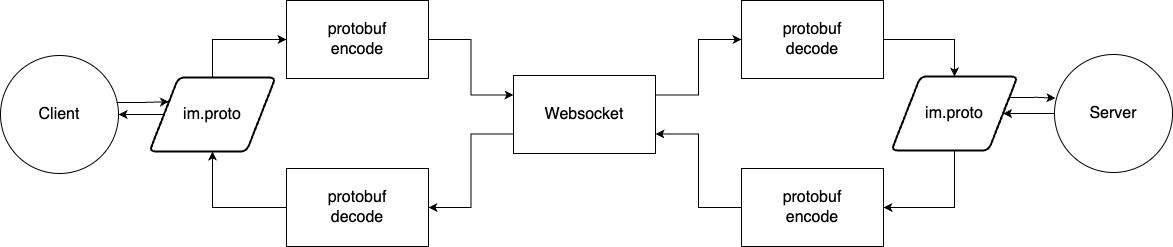
The draw.io diagram packages/protobuf/images/protobuf-flow.png in Shiung/inno-im-monorepo, before a commit. Source tidied: cells renumbered, new cells last; positions are measured from the earlier drawing's top-left corner, leaving out a move shared by most shapes. Source of this version:
```xml
<mxGraphModel>
  <root>
    <mxCell id="0" />
    <mxCell id="1" parent="0" />
    <mxCell id="2" value="Client" style="ellipse;whiteSpace=wrap;html=1;fontSize=16;" parent="1" vertex="1">
      <mxGeometry y="55" width="118" height="118" as="geometry" />
    </mxCell>
    <mxCell id="3" style="edgeStyle=orthogonalEdgeStyle;rounded=0;jettySize=auto;html=1;exitX=1;exitY=0.5;exitDx=0;exitDy=0;entryX=0;entryY=0.25;entryDx=0;entryDy=0;" parent="1" edge="1" source="4" target="7">
      <mxGeometry relative="1" as="geometry" />
    </mxCell>
    <mxCell id="4" value="protobuf&lt;br&gt;encode" style="rounded=0;whiteSpace=wrap;html=1;fontSize=16;" parent="1" vertex="1">
      <mxGeometry x="286" width="142" height="78" as="geometry" />
    </mxCell>
    <mxCell id="5" style="edgeStyle=orthogonalEdgeStyle;rounded=0;jettySize=auto;html=1;exitX=1;exitY=0.25;exitDx=0;exitDy=0;entryX=0;entryY=0.5;entryDx=0;entryDy=0;" parent="1" edge="1" source="7" target="9">
      <mxGeometry relative="1" as="geometry" />
    </mxCell>
    <mxCell id="6" style="edgeStyle=orthogonalEdgeStyle;rounded=0;jettySize=auto;html=1;exitX=0;exitY=0.75;exitDx=0;exitDy=0;entryX=1;entryY=0.5;entryDx=0;entryDy=0;" parent="1" edge="1" source="7" target="12">
      <mxGeometry relative="1" as="geometry" />
    </mxCell>
    <mxCell id="7" value="Websocket" style="rounded=0;whiteSpace=wrap;html=1;fontSize=16;" parent="1" vertex="1">
      <mxGeometry x="513" y="75" width="142" height="78" as="geometry" />
    </mxCell>
    <mxCell id="8" style="edgeStyle=orthogonalEdgeStyle;rounded=0;jettySize=auto;html=1;exitX=1;exitY=0.5;exitDx=0;exitDy=0;entryX=0.5;entryY=0;entryDx=0;entryDy=0;" parent="1" edge="1" source="9" target="18">
      <mxGeometry relative="1" as="geometry" />
    </mxCell>
    <mxCell id="9" value="protobuf&lt;br&gt;decode" style="rounded=0;whiteSpace=wrap;html=1;fontSize=16;" parent="1" vertex="1">
      <mxGeometry x="741" width="142" height="78" as="geometry" />
    </mxCell>
    <mxCell id="10" value="Server" style="ellipse;whiteSpace=wrap;html=1;fontSize=16;" parent="1" vertex="1">
      <mxGeometry x="1054" y="54" width="118" height="118" as="geometry" />
    </mxCell>
    <mxCell id="11" style="edgeStyle=orthogonalEdgeStyle;rounded=0;jettySize=auto;html=1;exitX=0;exitY=0.5;exitDx=0;exitDy=0;entryX=0.5;entryY=1;entryDx=0;entryDy=0;" parent="1" edge="1" source="12" target="22">
      <mxGeometry relative="1" as="geometry" />
    </mxCell>
    <mxCell id="12" value="protobuf&lt;br&gt;decode" style="rounded=0;whiteSpace=wrap;html=1;fontSize=16;" parent="1" vertex="1">
      <mxGeometry x="286" y="168" width="142" height="78" as="geometry" />
    </mxCell>
    <mxCell id="13" style="edgeStyle=orthogonalEdgeStyle;rounded=0;jettySize=auto;html=1;exitX=0;exitY=0.5;exitDx=0;exitDy=0;entryX=1;entryY=0.75;entryDx=0;entryDy=0;" parent="1" edge="1" source="14" target="7">
      <mxGeometry relative="1" as="geometry" />
    </mxCell>
    <mxCell id="14" value="protobuf&lt;br&gt;encode" style="rounded=0;whiteSpace=wrap;html=1;fontSize=16;" parent="1" vertex="1">
      <mxGeometry x="741" y="168" width="142" height="78" as="geometry" />
    </mxCell>
    <mxCell id="15" style="edgeStyle=orthogonalEdgeStyle;rounded=0;jettySize=auto;html=1;exitX=0.5;exitY=1;exitDx=0;exitDy=0;entryX=1;entryY=0.5;entryDx=0;entryDy=0;" parent="1" edge="1" source="18" target="14">
      <mxGeometry relative="1" as="geometry" />
    </mxCell>
    <mxCell id="16" style="edgeStyle=orthogonalEdgeStyle;rounded=0;jettySize=auto;html=1;exitX=0;exitY=0.5;exitDx=0;exitDy=0;entryX=1;entryY=0.5;entryDx=0;entryDy=0;" parent="1" edge="1" source="10" target="18">
      <mxGeometry relative="1" as="geometry" />
    </mxCell>
    <mxCell id="17" style="edgeStyle=orthogonalEdgeStyle;rounded=0;jettySize=auto;html=1;exitX=1;exitY=0.25;exitDx=0;exitDy=0;entryX=0.008;entryY=0.369;entryDx=0;entryDy=0;entryPerimeter=0;" parent="1" edge="1" source="18" target="10">
      <mxGeometry relative="1" as="geometry" />
    </mxCell>
    <mxCell id="18" value="&lt;font style=&quot;font-size: 16px;&quot;&gt;im.proto&lt;/font&gt;" style="shape=parallelogram;html=1;strokeWidth=2;perimeter=parallelogramPerimeter;whiteSpace=wrap;rounded=1;arcSize=12;size=0.23;" parent="1" vertex="1">
      <mxGeometry x="891" y="76" width="126" height="74" as="geometry" />
    </mxCell>
    <mxCell id="19" style="edgeStyle=orthogonalEdgeStyle;rounded=0;jettySize=auto;html=1;exitX=0.5;exitY=0;exitDx=0;exitDy=0;entryX=0;entryY=0.5;entryDx=0;entryDy=0;" parent="1" edge="1" source="22" target="4">
      <mxGeometry relative="1" as="geometry" />
    </mxCell>
    <mxCell id="20" style="edgeStyle=orthogonalEdgeStyle;rounded=0;jettySize=auto;html=1;exitX=0;exitY=0.5;exitDx=0;exitDy=0;entryX=1;entryY=0.5;entryDx=0;entryDy=0;" parent="1" edge="1" source="22" target="2">
      <mxGeometry relative="1" as="geometry" />
    </mxCell>
    <mxCell id="21" style="edgeStyle=orthogonalEdgeStyle;rounded=0;jettySize=auto;html=1;exitX=0.982;exitY=0.399;exitDx=0;exitDy=0;entryX=0;entryY=0.25;entryDx=0;entryDy=0;exitPerimeter=0;" parent="1" edge="1" source="2" target="22">
      <mxGeometry relative="1" as="geometry" />
    </mxCell>
    <mxCell id="22" value="&lt;font style=&quot;font-size: 16px;&quot;&gt;im.proto&lt;/font&gt;" style="shape=parallelogram;html=1;strokeWidth=2;perimeter=parallelogramPerimeter;whiteSpace=wrap;rounded=1;arcSize=12;size=0.23;" parent="1" vertex="1">
      <mxGeometry x="149" y="77" width="126" height="74" as="geometry" />
    </mxCell>
  </root>
</mxGraphModel>
```
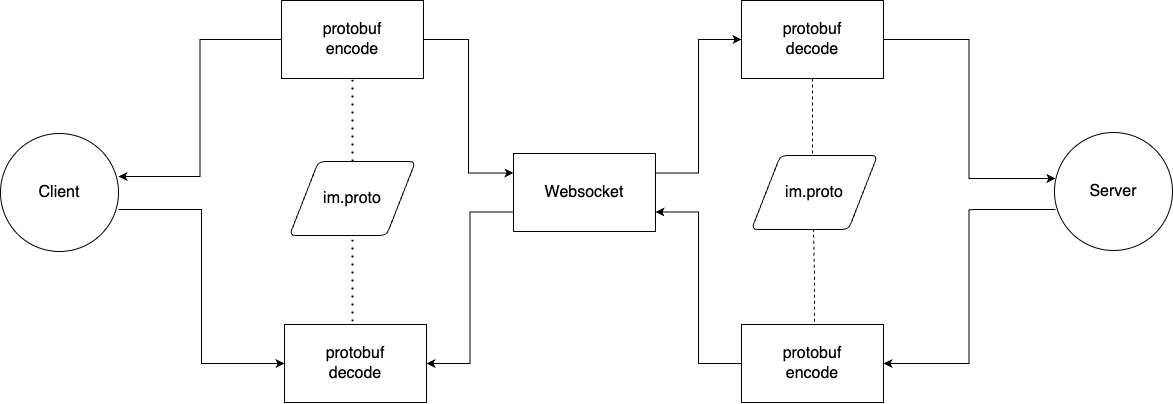
Later version of the same file.

Change to the diagram source:
```diff
@@ -8,8 +8,11 @@
     <mxCell id="3" style="edgeStyle=orthogonalEdgeStyle;rounded=0;jettySize=auto;html=1;exitX=1;exitY=0.5;exitDx=0;exitDy=0;entryX=0;entryY=0.25;entryDx=0;entryDy=0;" parent="1" edge="1" source="4" target="7">
       <mxGeometry relative="1" as="geometry" />
     </mxCell>
+    <mxCell id="23" style="edgeStyle=orthogonalEdgeStyle;rounded=0;jettySize=auto;html=1;exitX=0;exitY=0.5;exitDx=0;exitDy=0;entryX=1;entryY=0.364;entryDx=0;entryDy=0;entryPerimeter=0;" parent="1" edge="1" source="4" target="2">
+      <mxGeometry relative="1" as="geometry" />
+    </mxCell>
     <mxCell id="4" value="protobuf&lt;br&gt;encode" style="rounded=0;whiteSpace=wrap;html=1;fontSize=16;" parent="1" vertex="1">
-      <mxGeometry x="286" width="142" height="78" as="geometry" />
+      <mxGeometry x="281" y="-78" width="142" height="78" as="geometry" />
     </mxCell>
     <mxCell id="5" style="edgeStyle=orthogonalEdgeStyle;rounded=0;jettySize=auto;html=1;exitX=1;exitY=0.25;exitDx=0;exitDy=0;entryX=0;entryY=0.5;entryDx=0;entryDy=0;" parent="1" edge="1" source="7" target="9">
       <mxGeometry relative="1" as="geometry" />
@@ -20,50 +23,59 @@
     <mxCell id="7" value="Websocket" style="rounded=0;whiteSpace=wrap;html=1;fontSize=16;" parent="1" vertex="1">
       <mxGeometry x="513" y="75" width="142" height="78" as="geometry" />
     </mxCell>
+    <mxCell id="24" style="edgeStyle=orthogonalEdgeStyle;rounded=0;jettySize=auto;html=1;exitX=1;exitY=0.5;exitDx=0;exitDy=0;entryX=0.008;entryY=0.39;entryDx=0;entryDy=0;entryPerimeter=0;" parent="1" edge="1" source="9" target="10">
+      <mxGeometry relative="1" as="geometry" />
+    </mxCell>
-    <mxCell id="8" style="edgeStyle=orthogonalEdgeStyle;rounded=0;jettySize=auto;html=1;exitX=1;exitY=0.5;exitDx=0;exitDy=0;entryX=0.5;entryY=0;entryDx=0;entryDy=0;" parent="1" edge="1" source="9" target="18">
+    <mxCell id="8" style="edgeStyle=orthogonalEdgeStyle;rounded=0;jettySize=auto;html=1;dashed=1;startArrow=none;startFill=0;endArrow=none;endFill=0;exitX=0.5;exitY=1;exitDx=0;exitDy=0;entryX=0.484;entryY=0.041;entryDx=0;entryDy=0;entryPerimeter=0;" parent="1" edge="1" source="9" target="18">
       <mxGeometry relative="1" as="geometry" />
     </mxCell>
     <mxCell id="9" value="protobuf&lt;br&gt;decode" style="rounded=0;whiteSpace=wrap;html=1;fontSize=16;" parent="1" vertex="1">
-      <mxGeometry x="741" width="142" height="78" as="geometry" />
+      <mxGeometry x="741" y="-78" width="142" height="78" as="geometry" />
     </mxCell>
     <mxCell id="10" value="Server" style="ellipse;whiteSpace=wrap;html=1;fontSize=16;" parent="1" vertex="1">
       <mxGeometry x="1054" y="54" width="118" height="118" as="geometry" />
     </mxCell>
-    <mxCell id="11" style="edgeStyle=orthogonalEdgeStyle;rounded=0;jettySize=auto;html=1;exitX=0;exitY=0.5;exitDx=0;exitDy=0;entryX=0.5;entryY=1;entryDx=0;entryDy=0;" parent="1" edge="1" source="12" target="22">
-      <mxGeometry relative="1" as="geometry" />
-    </mxCell>
+    <mxCell id="25" style="edgeStyle=orthogonalEdgeStyle;rounded=0;jettySize=auto;html=1;exitX=1;exitY=0.644;exitDx=0;exitDy=0;entryX=0;entryY=0.5;entryDx=0;entryDy=0;exitPerimeter=0;" parent="1" edge="1" source="2" target="12">
+      <mxGeometry relative="1" as="geometry" />
+    </mxCell>
     <mxCell id="12" value="protobuf&lt;br&gt;decode" style="rounded=0;whiteSpace=wrap;html=1;fontSize=16;" parent="1" vertex="1">
-      <mxGeometry x="286" y="168" width="142" height="78" as="geometry" />
+      <mxGeometry x="284" y="246" width="142" height="78" as="geometry" />
     </mxCell>
     <mxCell id="13" style="edgeStyle=orthogonalEdgeStyle;rounded=0;jettySize=auto;html=1;exitX=0;exitY=0.5;exitDx=0;exitDy=0;entryX=1;entryY=0.75;entryDx=0;entryDy=0;" parent="1" edge="1" source="14" target="7">
       <mxGeometry relative="1" as="geometry" />
     </mxCell>
+    <mxCell id="26" style="edgeStyle=orthogonalEdgeStyle;rounded=0;jettySize=auto;html=1;exitX=0.008;exitY=0.653;exitDx=0;exitDy=0;entryX=1;entryY=0.5;entryDx=0;entryDy=0;exitPerimeter=0;" parent="1" edge="1" source="10" target="14">
+      <mxGeometry relative="1" as="geometry" />
+    </mxCell>
+    <mxCell id="27" style="edgeStyle=orthogonalEdgeStyle;rounded=0;orthogonalLoop=1;jettySize=auto;html=1;startArrow=none;startFill=0;endArrow=none;endFill=0;dashed=1;entryX=0.5;entryY=1;entryDx=0;entryDy=0;" parent="1" edge="1">
+      <mxGeometry relative="1" as="geometry">
+        <mxPoint x="812" y="246" as="sourcePoint" />
+        <mxPoint x="814" y="151" as="targetPoint" />
+        <Array as="points">
+          <mxPoint x="812" y="247" />
+          <mxPoint x="814" y="247" />
+          <mxPoint x="814" y="199" />
+          <mxPoint x="813" y="199" />
+          <mxPoint x="813" y="151" />
+        </Array>
+      </mxGeometry>
+    </mxCell>
     <mxCell id="14" value="protobuf&lt;br&gt;encode" style="rounded=0;whiteSpace=wrap;html=1;fontSize=16;" parent="1" vertex="1">
-      <mxGeometry x="741" y="168" width="142" height="78" as="geometry" />
+      <mxGeometry x="741" y="246" width="142" height="78" as="geometry" />
     </mxCell>
-    <mxCell id="15" style="edgeStyle=orthogonalEdgeStyle;rounded=0;jettySize=auto;html=1;exitX=0.5;exitY=1;exitDx=0;exitDy=0;entryX=1;entryY=0.5;entryDx=0;entryDy=0;" parent="1" edge="1" source="18" target="14">
-      <mxGeometry relative="1" as="geometry" />
-    </mxCell>
-    <mxCell id="16" style="edgeStyle=orthogonalEdgeStyle;rounded=0;jettySize=auto;html=1;exitX=0;exitY=0.5;exitDx=0;exitDy=0;entryX=1;entryY=0.5;entryDx=0;entryDy=0;" parent="1" edge="1" source="10" target="18">
-      <mxGeometry relative="1" as="geometry" />
-    </mxCell>
-    <mxCell id="17" style="edgeStyle=orthogonalEdgeStyle;rounded=0;jettySize=auto;html=1;exitX=1;exitY=0.25;exitDx=0;exitDy=0;entryX=0.008;entryY=0.369;entryDx=0;entryDy=0;entryPerimeter=0;" parent="1" edge="1" source="18" target="10">
-      <mxGeometry relative="1" as="geometry" />
-    </mxCell>
-    <mxCell id="18" value="&lt;font style=&quot;font-size: 16px;&quot;&gt;im.proto&lt;/font&gt;" style="shape=parallelogram;html=1;strokeWidth=2;perimeter=parallelogramPerimeter;whiteSpace=wrap;rounded=1;arcSize=12;size=0.23;" parent="1" vertex="1">
-      <mxGeometry x="891" y="76" width="126" height="74" as="geometry" />
+    <mxCell id="18" value="&lt;font style=&quot;font-size: 16px;&quot;&gt;im.proto&lt;/font&gt;" style="shape=parallelogram;html=1;strokeWidth=1;perimeter=parallelogramPerimeter;whiteSpace=wrap;rounded=1;arcSize=12;size=0.23;" parent="1" vertex="1">
+      <mxGeometry x="751" y="77" width="126" height="74" as="geometry" />
     </mxCell>
+    <mxCell id="22" value="&lt;font style=&quot;font-size: 16px;&quot;&gt;im.proto&lt;/font&gt;" style="shape=parallelogram;html=1;strokeWidth=1;perimeter=parallelogramPerimeter;whiteSpace=wrap;rounded=1;arcSize=12;size=0.23;" parent="1" vertex="1">
+      <mxGeometry x="289" y="83" width="126" height="74" as="geometry" />
+    </mxCell>
-    <mxCell id="19" style="edgeStyle=orthogonalEdgeStyle;rounded=0;jettySize=auto;html=1;exitX=0.5;exitY=0;exitDx=0;exitDy=0;entryX=0;entryY=0.5;entryDx=0;entryDy=0;" parent="1" edge="1" source="22" target="4">
+    <mxCell id="19" style="endArrow=none;dashed=1;html=1;dashPattern=1 3;strokeWidth=2;rounded=0;entryX=0.5;entryY=1;entryDx=0;entryDy=0;exitX=0.5;exitY=0;exitDx=0;exitDy=0;" parent="1" edge="1" source="22" target="4">
       <mxGeometry relative="1" as="geometry" />
     </mxCell>
-    <mxCell id="20" style="edgeStyle=orthogonalEdgeStyle;rounded=0;jettySize=auto;html=1;exitX=0;exitY=0.5;exitDx=0;exitDy=0;entryX=1;entryY=0.5;entryDx=0;entryDy=0;" parent="1" edge="1" source="22" target="2">
-      <mxGeometry relative="1" as="geometry" />
-    </mxCell>
-    <mxCell id="21" style="edgeStyle=orthogonalEdgeStyle;rounded=0;jettySize=auto;html=1;exitX=0.982;exitY=0.399;exitDx=0;exitDy=0;entryX=0;entryY=0.25;entryDx=0;entryDy=0;exitPerimeter=0;" parent="1" edge="1" source="2" target="22">
-      <mxGeometry relative="1" as="geometry" />
-    </mxCell>
-    <mxCell id="22" value="&lt;font style=&quot;font-size: 16px;&quot;&gt;im.proto&lt;/font&gt;" style="shape=parallelogram;html=1;strokeWidth=2;perimeter=parallelogramPerimeter;whiteSpace=wrap;rounded=1;arcSize=12;size=0.23;" parent="1" vertex="1">
-      <mxGeometry x="149" y="77" width="126" height="74" as="geometry" />
-    </mxCell>
+    <mxCell id="28" style="endArrow=none;dashed=1;html=1;dashPattern=1 3;strokeWidth=2;rounded=0;entryX=0.5;entryY=1;entryDx=0;entryDy=0;" parent="1" edge="1" target="22">
+      <mxGeometry relative="1" as="geometry">
+        <mxPoint x="352" y="243" as="sourcePoint" />
+      </mxGeometry>
+    </mxCell>
   </root>
 </mxGraphModel>
```
